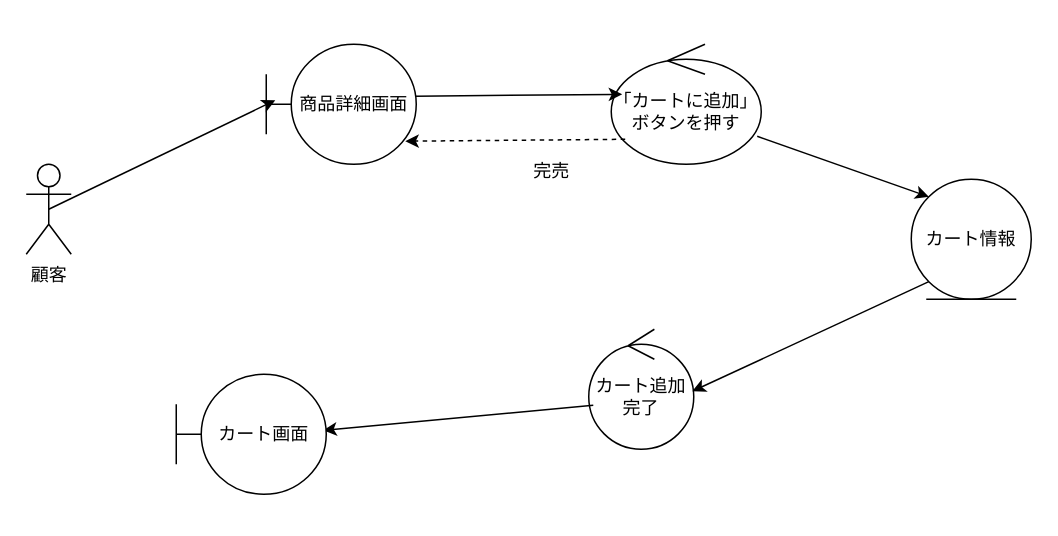
The draw.io diagram group/3-3_総合演習1_BBショップ注文管理システム/ロバストネス図/lo_c_04_cartadd.drawio in ko246/ohara_uml, before the edit. Source tidied: cells renumbered, new cells numbered last; positions are measured from the earlier drawing's top-left corner, leaving out a move shared by most shapes. Both pictures are drawn from the tidied source at 150%, with x=0, y=0 at pixel (26, 44).
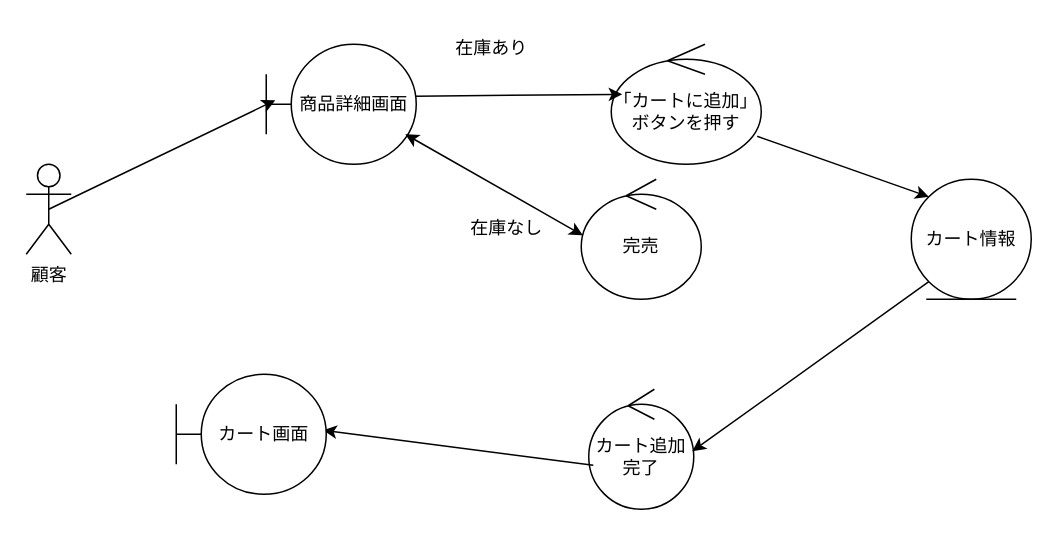
The same page after the edit.

What changed in the source:
```diff
@@
 <mxGraphModel>
   <root>
     <mxCell id="0" />
     <mxCell id="1" parent="0" />
     <mxCell id="2" value="顧客" style="shape=umlActor;verticalLabelPosition=bottom;verticalAlign=top;html=1;" parent="1" vertex="1">
       <mxGeometry y="80" width="30" height="60" as="geometry" />
     </mxCell>
     <mxCell id="3" value="商品詳細画面" style="shape=umlBoundary;whiteSpace=wrap;html=1;" parent="1" vertex="1">
       <mxGeometry x="160" width="100" height="80" as="geometry" />
     </mxCell>
     <mxCell id="4" value="「カートに追加」ボタンを押す" style="ellipse;shape=umlControl;whiteSpace=wrap;html=1;" parent="1" vertex="1">
       <mxGeometry x="390" width="100" height="80" as="geometry" />
     </mxCell>
     <mxCell id="5" value="カート情報" style="ellipse;shape=umlEntity;whiteSpace=wrap;html=1;" parent="1" vertex="1">
       <mxGeometry x="590" y="90" width="80" height="80" as="geometry" />
     </mxCell>
     <mxCell id="6" value="カート追加完了" style="ellipse;shape=umlControl;whiteSpace=wrap;html=1;" parent="1" vertex="1">
-      <mxGeometry x="375" y="190" width="70" height="80" as="geometry" />
+      <mxGeometry x="375" y="230" width="70" height="80" as="geometry" />
     </mxCell>
     <mxCell id="7" style="endArrow=classic;html=1;exitX=0.993;exitY=0.433;exitDx=0;exitDy=0;exitPerimeter=0;entryX=0.073;entryY=0.417;entryDx=0;entryDy=0;entryPerimeter=0;" parent="1" edge="1" source="3" target="4">
       <mxGeometry relative="1" as="geometry" />
     </mxCell>
-    <mxCell id="8" style="endArrow=classic;html=1;exitX=0.093;exitY=0.792;exitDx=0;exitDy=0;exitPerimeter=0;entryX=0.927;entryY=0.808;entryDx=0;entryDy=0;entryPerimeter=0;dashed=1;" parent="1" edge="1" source="4" target="3">
-      <mxGeometry relative="1" as="geometry" />
-    </mxCell>
-    <mxCell id="9" value="完売" style="text;html=1;align=center;verticalAlign=middle;points=[];strokeColor=none;fillColor=none;" parent="1" vertex="1">
-      <mxGeometry x="325" y="70" width="50" height="30" as="geometry" />
-    </mxCell>
     <mxCell id="10" style="endArrow=classic;html=1;exitX=0.973;exitY=0.767;exitDx=0;exitDy=0;exitPerimeter=0;entryX=0;entryY=0;entryDx=0;entryDy=0;" parent="1" edge="1" source="4" target="5">
       <mxGeometry relative="1" as="geometry" />
     </mxCell>
     <mxCell id="11" style="endArrow=classic;html=1;exitX=0;exitY=1;exitDx=0;exitDy=0;entryX=0.986;entryY=0.517;entryDx=0;entryDy=0;entryPerimeter=0;" parent="1" edge="1" source="5" target="6">
       <mxGeometry relative="1" as="geometry" />
     </mxCell>
     <mxCell id="12" style="endArrow=classic;html=1;exitX=0.043;exitY=0.633;exitDx=0;exitDy=0;exitPerimeter=0;entryX=0.98;entryY=0.467;entryDx=0;entryDy=0;entryPerimeter=0;" parent="1" edge="1" source="6" target="14">
       <mxGeometry relative="1" as="geometry" />
     </mxCell>
     <mxCell id="13" style="endArrow=classic;html=1;exitX=0.5;exitY=0.5;exitDx=0;exitDy=0;exitPerimeter=0;entryX=0.06;entryY=0.467;entryDx=0;entryDy=0;entryPerimeter=0;" parent="1" edge="1" source="2" target="3">
       <mxGeometry relative="1" as="geometry" />
     </mxCell>
     <mxCell id="14" value="カート画面" style="shape=umlBoundary;whiteSpace=wrap;html=1;" parent="1" vertex="1">
       <mxGeometry x="100" y="220" width="100" height="80" as="geometry" />
     </mxCell>
+    <mxCell id="9" value="完売" style="ellipse;shape=umlControl;whiteSpace=wrap;html=1;" parent="1" vertex="1">
+      <mxGeometry x="370" y="90" width="80" height="80" as="geometry" />
+    </mxCell>
+    <mxCell id="15" value="在庫あり" style="text;html=1;align=center;verticalAlign=middle;strokeColor=none;fillColor=none;" parent="1" vertex="1">
+      <mxGeometry x="275" y="-12" width="70" height="30" as="geometry" />
+    </mxCell>
+    <mxCell id="16" value="在庫なし" style="text;html=1;align=center;verticalAlign=middle;strokeColor=none;fillColor=none;" parent="1" vertex="1">
+      <mxGeometry x="285" y="108" width="70" height="30" as="geometry" />
+    </mxCell>
+    <mxCell id="17" style="endArrow=classic;startArrow=classic;html=1;exitX=0.927;exitY=0.75;exitDx=0;exitDy=0;exitPerimeter=0;entryX=0.013;entryY=0.467;entryDx=0;entryDy=0;entryPerimeter=0;" parent="1" edge="1" source="3" target="9">
+      <mxGeometry relative="1" as="geometry" />
+    </mxCell>
   </root>
 </mxGraphModel>
```
